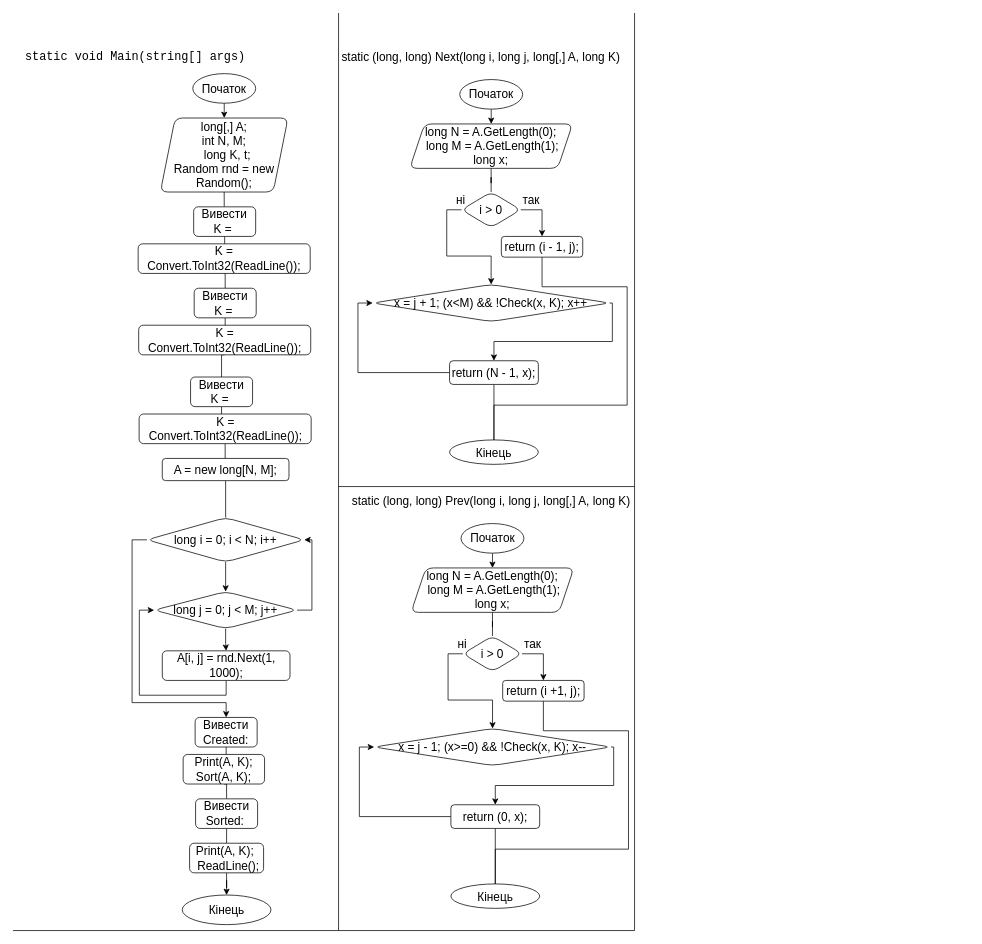
Earlier version of the draw.io diagram laba_3/laba3.drawio (IKatiaI/ads-nahorna-kp13). Source tidied: cells renumbered, new cells numbered last; positions are measured from the earlier drawing's top-left corner, leaving out a move shared by most shapes. Both pictures are drawn from the tidied source at 74%, with x=0, y=0 at pixel (13, 13).
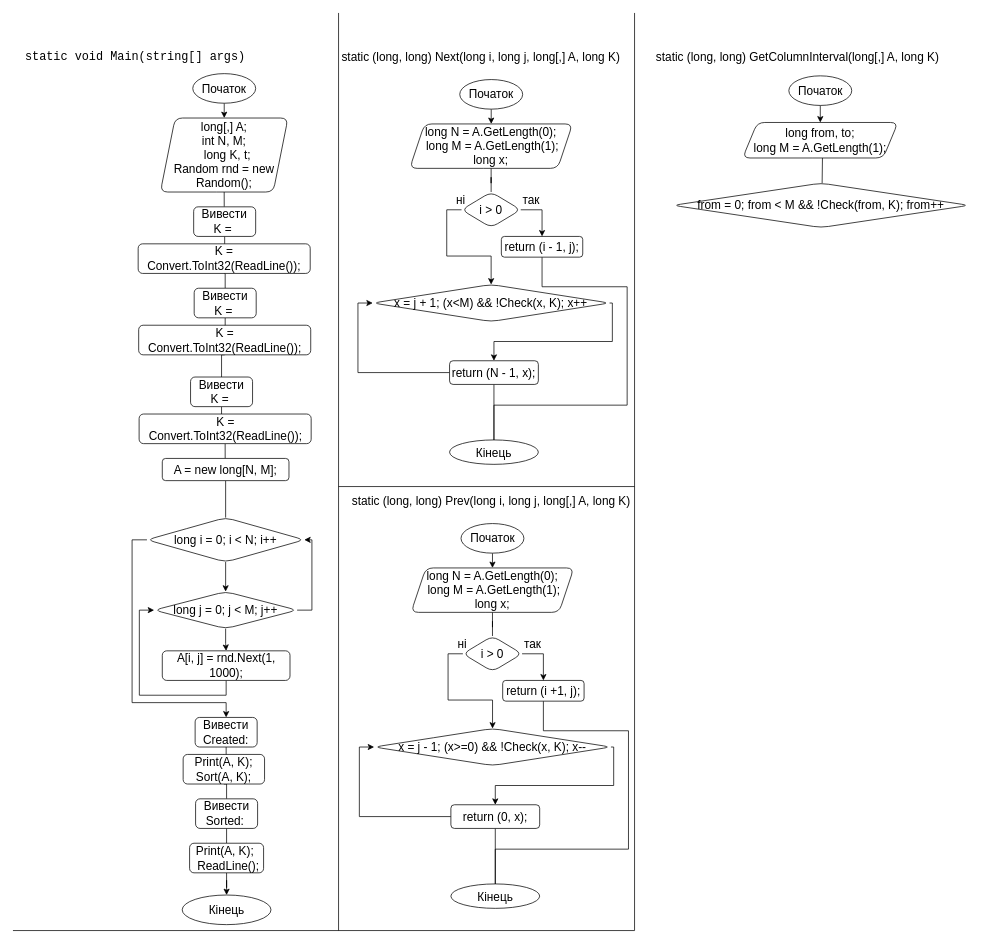
The same diagram, later.

What changed in the source:
```diff
@@
+    <mxCell id="78" value="static (long, long) GetColumnInterval(long[,] A, long K)" style="text;html=1;align=center;verticalAlign=middle;strokeColor=none;fillColor=none;fontSize=16;" parent="1" vertex="1">
+      <mxGeometry x="860" y="50" width="400" height="20" as="geometry" />
+    </mxCell>
+    <mxCell id="79" style="edgeStyle=orthogonalEdgeStyle;rounded=0;jettySize=auto;html=1;exitX=0.5;exitY=1;exitDx=0;exitDy=0;entryX=0.5;entryY=0;entryDx=0;entryDy=0;fontSize=16;endArrow=classic;endFill=1;" parent="1" edge="1" source="80" target="82">
+      <mxGeometry relative="1" as="geometry" />
+    </mxCell>
+    <mxCell id="80" value="Початок" style="ellipse;whiteSpace=wrap;html=1;fontSize=16;strokeWidth=1;" parent="1" vertex="1">
+      <mxGeometry x="1048.5" y="85" width="85" height="40" as="geometry" />
+    </mxCell>
+    <mxCell id="81" style="edgeStyle=orthogonalEdgeStyle;rounded=0;orthogonalLoop=1;jettySize=auto;html=1;exitX=0.5;exitY=1;exitDx=0;exitDy=0;fontSize=16;endArrow=none;endFill=0;" parent="1" edge="1">
+      <mxGeometry relative="1" as="geometry">
+        <mxPoint x="1041" y="190" as="sourcePoint" />
+        <mxPoint x="1093.5" y="230" as="targetPoint" />
+      </mxGeometry>
+    </mxCell>
+    <mxCell id="82" value="&lt;div&gt;&lt;div&gt;&lt;div&gt;long from, to;&lt;/div&gt;&lt;div&gt;long M = A.GetLength(1);&lt;/div&gt;&lt;/div&gt;&lt;/div&gt;" style="shape=parallelogram;perimeter=parallelogramPerimeter;whiteSpace=wrap;html=1;fixedSize=1;fontSize=16;strokeWidth=1;rounded=1;" parent="1" vertex="1">
+      <mxGeometry x="986" y="148" width="210" height="48" as="geometry" />
+    </mxCell>
+    <mxCell id="83" value="from = 0; from &amp;lt; M &amp;amp;&amp;amp; !Check(from, K); from++" style="rhombus;whiteSpace=wrap;html=1;rounded=1;fontSize=16;strokeWidth=1;" parent="1" vertex="1">
+      <mxGeometry x="892" y="230" width="400" height="60" as="geometry" />
+    </mxCell>
```
